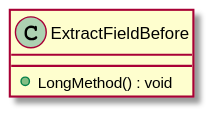
claremacrae/RefactoringSamples keeps this PlantUML diagram as uml/Extract/Before/ExtractFieldBefore.svg. Above is the earlier version.
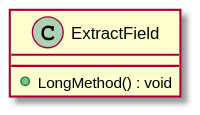
Later version of the same file.

Commit message:
Remove Before and After suffix from ExtractField classes

Change to the diagram source:
```diff
@@ -1,5 +1,5 @@
 @startuml
-class ExtractFieldBefore {
+class ExtractField {
     + LongMethod() : void
 }
 @enduml
```
